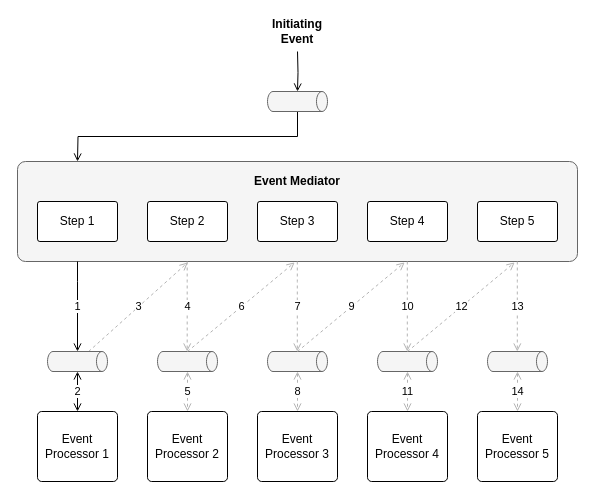
This is src/draw/1492043451-mediator.drawio from gabrielpascua/gabrielpascua.com, a draw.io file, before an edit. Source tidied: cells renumbered, new cells numbered last; positions are measured from the earlier drawing's top-left corner, leaving out a move shared by most shapes. Both pictures are drawn from the tidied source at 100%, with x=0, y=0 at pixel (17, 21).
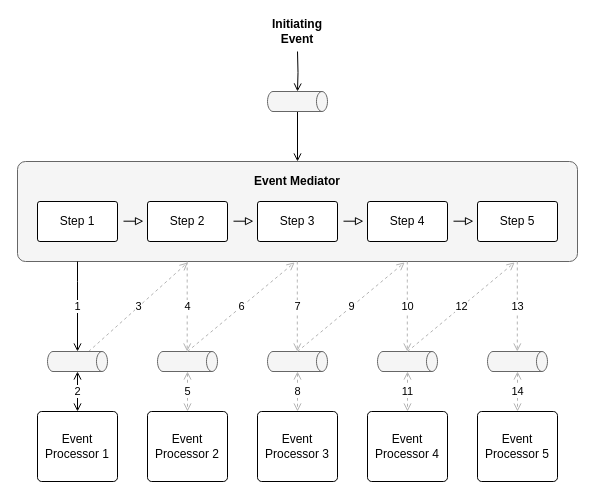
Above is the later version.

Unchanged cells that the change refers to:
```xml
<mxCell id="2" style="rounded=1;whiteSpace=wrap;html=1;fillColor=#f5f5f5;arcSize=8;strokeColor=#666666;fontColor=#333333;" parent="1" vertex="1">
  <mxGeometry y="140" width="560" height="100" as="geometry" />
</mxCell>
<mxCell id="34" style="strokeWidth=1;html=1;shape=mxgraph.flowchart.direct_data;whiteSpace=wrap;fillColor=#f5f5f5;strokeColor=#666666;fontColor=#333333;" parent="1" vertex="1">
  <mxGeometry x="250" y="70" width="60" height="20" as="geometry" />
</mxCell>
```

What changed in the source:
```diff
@@
-    <mxCell id="33" style="edgeStyle=orthogonalEdgeStyle;rounded=0;jettySize=auto;html=1;startArrow=none;startFill=0;endArrow=open;endFill=0;strokeColor=#000000;exitX=0.5;exitY=1;exitDx=0;exitDy=0;exitPerimeter=0;" parent="1" edge="1" source="34">
-      <mxGeometry relative="1" as="geometry">
-        <mxPoint x="60" y="140" as="targetPoint" />
-      </mxGeometry>
+    <mxCell id="33" style="edgeStyle=orthogonalEdgeStyle;rounded=0;jettySize=auto;html=1;startArrow=none;startFill=0;endArrow=open;endFill=0;strokeColor=#000000;exitX=0.5;exitY=1;exitDx=0;exitDy=0;exitPerimeter=0;entryX=0.5;entryY=0;entryDx=0;entryDy=0;" parent="1" edge="1" source="34" target="2">
+      <mxGeometry relative="1" as="geometry" />
     </mxCell>
@@
+    <mxCell id="37" style="endArrow=block;html=1;endWidth=7.2;endFill=0;" parent="1" edge="1">
+      <mxGeometry relative="1" as="geometry">
+        <mxPoint x="106" y="199.7" as="sourcePoint" />
+        <mxPoint x="126" y="199.7" as="targetPoint" />
+      </mxGeometry>
+    </mxCell>
+    <mxCell id="38" style="endArrow=block;html=1;endWidth=7.2;endFill=0;" parent="1" edge="1">
+      <mxGeometry relative="1" as="geometry">
+        <mxPoint x="216" y="199.7" as="sourcePoint" />
+        <mxPoint x="236" y="199.7" as="targetPoint" />
+      </mxGeometry>
+    </mxCell>
+    <mxCell id="39" style="endArrow=block;html=1;endWidth=7.2;endFill=0;" parent="1" edge="1">
+      <mxGeometry relative="1" as="geometry">
+        <mxPoint x="326" y="199.7" as="sourcePoint" />
+        <mxPoint x="346" y="199.7" as="targetPoint" />
+      </mxGeometry>
+    </mxCell>
+    <mxCell id="40" style="endArrow=block;html=1;endWidth=7.2;endFill=0;" parent="1" edge="1">
+      <mxGeometry relative="1" as="geometry">
+        <mxPoint x="436" y="199.7" as="sourcePoint" />
+        <mxPoint x="456" y="199.7" as="targetPoint" />
+      </mxGeometry>
+    </mxCell>
```
